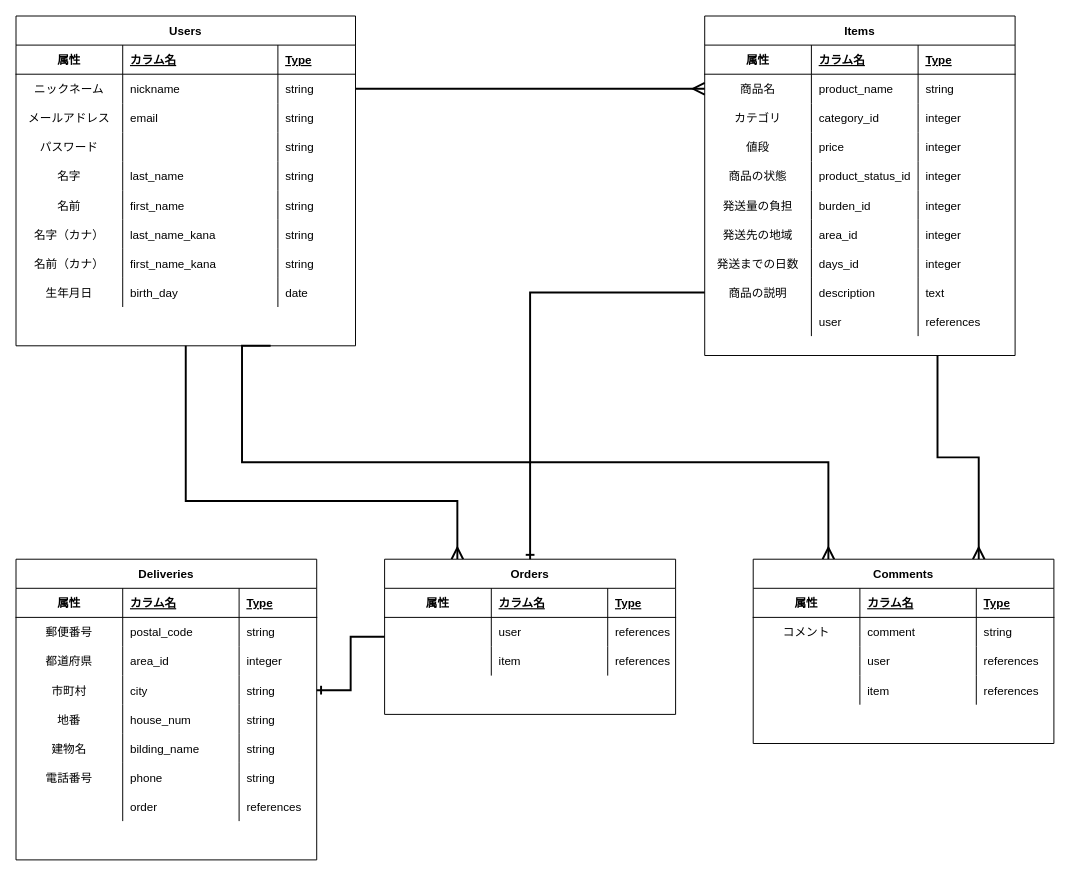
arata-t/furima-33347 keeps this draw.io diagram as furima.dio. Above is the earlier version. Source tidied: cells renumbered, new cells numbered last; positions are measured from the earlier drawing's top-left corner, leaving out a move shared by most shapes. Both pictures are drawn from the tidied source at 97%, with x=0, y=0 at pixel (16, 16).
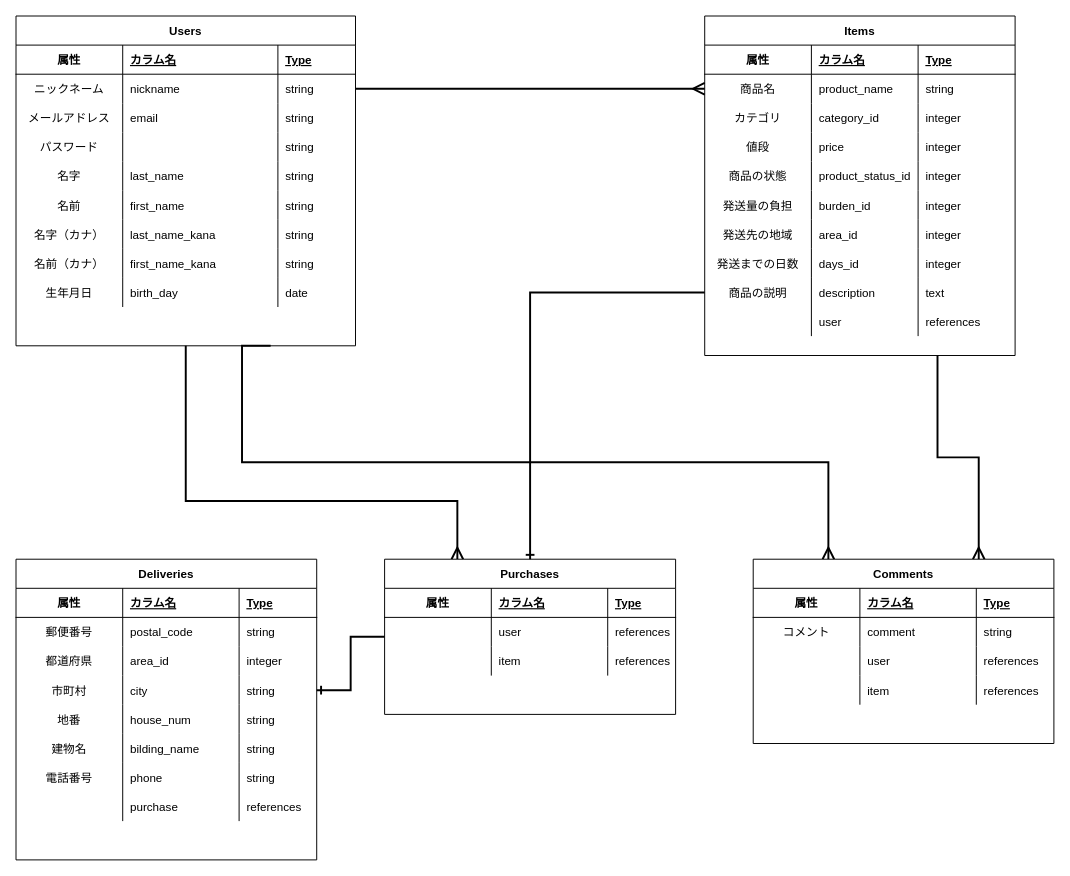
After the change.

The change refers to these unchanged cells:
```xml
<mxCell id="112" style="shape=partialRectangle;fillColor=none;top=0;left=0;bottom=0;right=0;" parent="83" vertex="1">
  <mxGeometry y="240" width="310" height="30" as="geometry" />
</mxCell>
```

Diff of the diagram source:
```diff
@@
-    <mxCell id="114" value="order" style="shape=partialRectangle;fillColor=none;top=0;left=0;bottom=0;right=0;align=left;spacingLeft=6;overflow=hidden;" parent="112" vertex="1">
+    <mxCell id="114" value="purchase" style="shape=partialRectangle;fillColor=none;top=0;left=0;bottom=0;right=0;align=left;spacingLeft=6;overflow=hidden;" parent="112" vertex="1">
       <mxGeometry x="110" width="120" height="30" as="geometry" />
     </mxCell>
@@
-    <mxCell id="117" value="Orders" style="shape=table;startSize=30;childLayout=tableLayout;rowLines=0;fontStyle=1;align=center;" parent="1" vertex="1">
+    <mxCell id="117" value="Purchases" style="shape=table;startSize=30;childLayout=tableLayout;rowLines=0;fontStyle=1;align=center;" parent="1" vertex="1">
       <mxGeometry x="380" y="560" width="300" height="160" as="geometry" />
     </mxCell>
```
